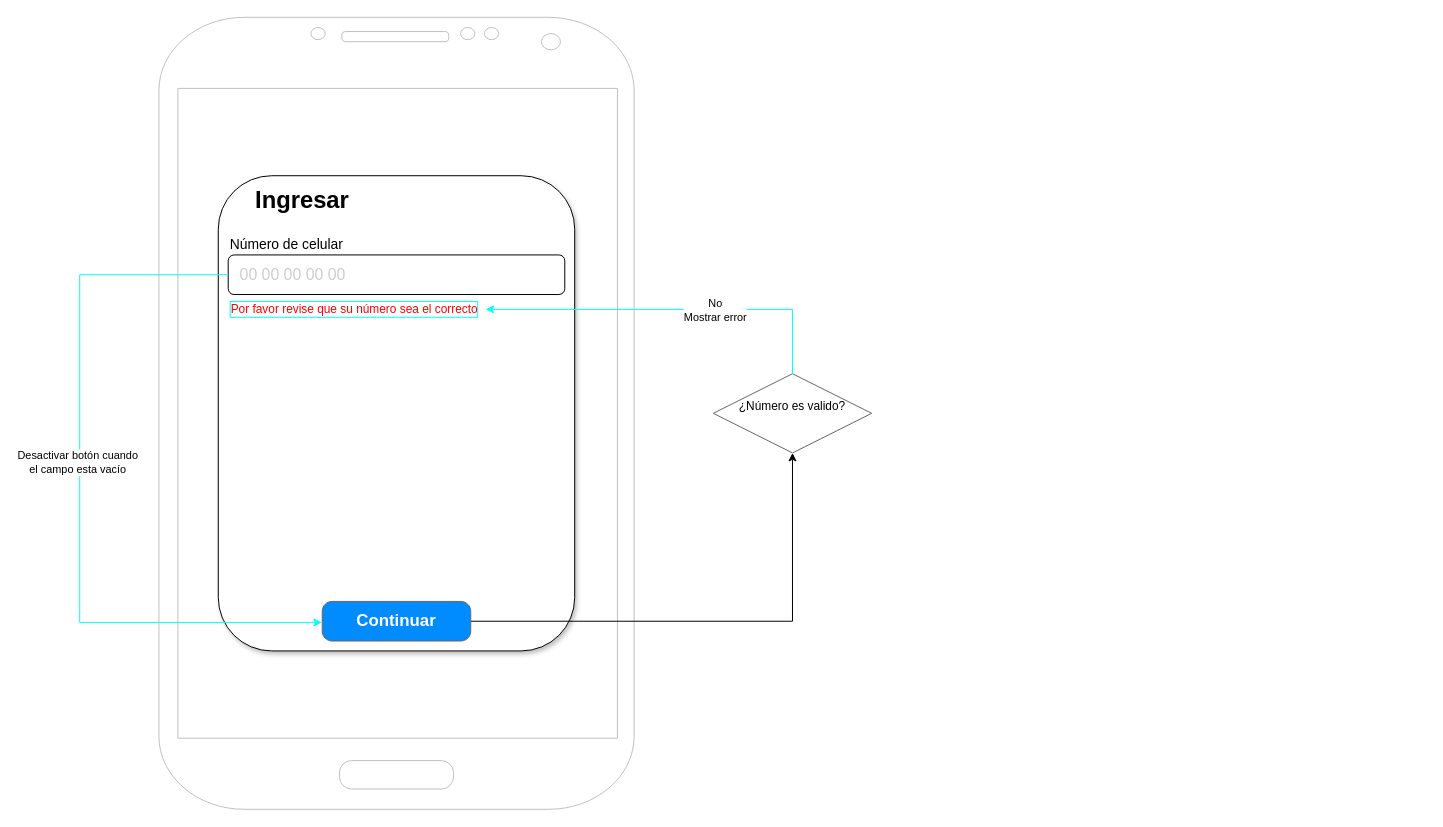
Above: draw.io/mockups/RegistroLogin.drawio in drakuno/diagramas-patitas (draw.io), before the change. Source tidied: cells renumbered, new cells numbered last; positions are measured from the earlier drawing's top-left corner, leaving out a move shared by most shapes. Both pictures are drawn from the tidied source at 99%, with x=0, y=0 at pixel (79, 17).
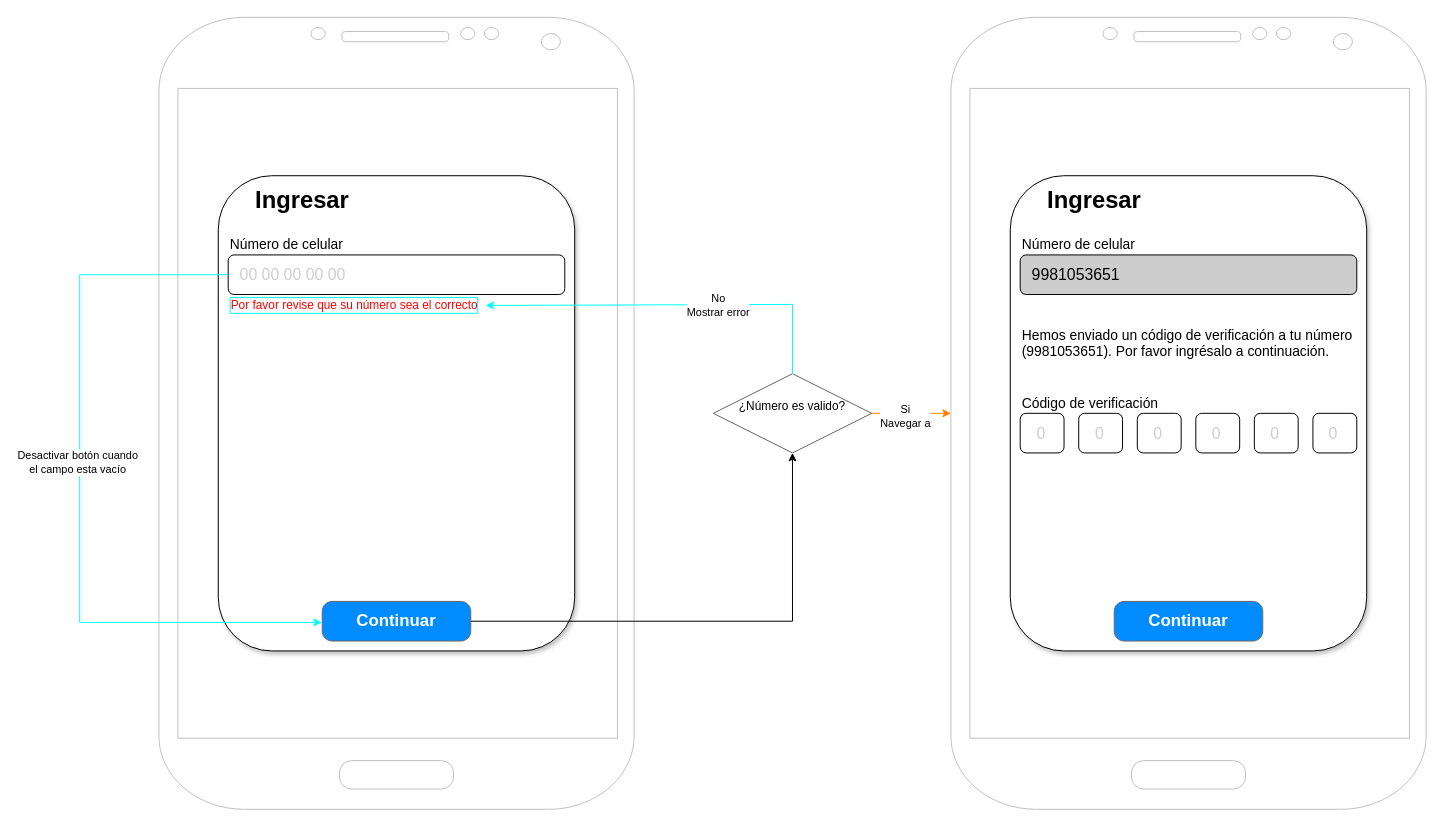
Above is the later version.

The change refers to these unchanged cells:
```xml
<mxCell id="10" value="&lt;div&gt;&lt;font&gt;&lt;span style=&quot;color: rgb(0, 0, 0);&quot;&gt;¿Número es valido?&lt;/span&gt;&lt;/font&gt;&lt;/div&gt;&lt;div&gt;&lt;font&gt;&lt;span style=&quot;color: rgba(0, 0, 0, 0);&quot;&gt;&lt;br&gt;&lt;/span&gt;&lt;/font&gt;&lt;/div&gt;" style="rhombus;whiteSpace=wrap;html=1;fontSize=12;fillColor=default;strokeColor=#666666;fontColor=#ffffff;strokeWidth=1;shadow=0;dashed=0;fontStyle=0;labelPosition=center;verticalLabelPosition=middle;align=center;verticalAlign=middle;" parent="1" vertex="1">
  <mxGeometry x="640" y="360" width="160" height="80" as="geometry" />
</mxCell>
```

The edit, as a diff of the source:
```diff
@@
-    <mxCell id="11" style="edgeStyle=orthogonalEdgeStyle;rounded=0;jettySize=auto;html=1;exitX=0.5;exitY=0;exitDx=0;exitDy=0;entryX=1;entryY=0.5;entryDx=0;entryDy=0;fontColor=#00FFFF;strokeColor=#00FFFF;" parent="1" edge="1" source="10" target="13">
+    <mxCell id="11" style="edgeStyle=orthogonalEdgeStyle;rounded=0;jettySize=auto;html=1;exitX=0.5;exitY=0;exitDx=0;exitDy=0;fontColor=#00FFFF;strokeColor=#00FFFF;entryX=1;entryY=0.5;entryDx=0;entryDy=0;" parent="1" edge="1" source="10" target="13">
       <mxGeometry relative="1" as="geometry">
         <Array as="points">
-          <mxPoint x="720" y="295" />
+          <mxPoint x="720" y="290" />
         </Array>
       </mxGeometry>
     </mxCell>
@@
     <mxCell id="13" value="Por favor revise que su número sea el correcto" style="text;html=1;align=left;verticalAlign=middle;whiteSpace=wrap;rounded=0;fontColor=#FF0000;labelBackgroundColor=none;labelBorderColor=#00FFFF;" parent="1" vertex="1">
-      <mxGeometry x="150" y="280" width="260" height="30" as="geometry" />
+      <mxGeometry x="150" y="276" width="260" height="30" as="geometry" />
     </mxCell>
@@
+    <mxCell id="16" style="verticalLabelPosition=bottom;verticalAlign=top;html=1;shadow=0;dashed=0;strokeWidth=1;shape=mxgraph.android.phone2;strokeColor=#c0c0c0;" parent="1" vertex="1">
+      <mxGeometry x="880" width="480" height="800" as="geometry" />
+    </mxCell>
+    <mxCell id="17" style="rounded=1;whiteSpace=wrap;html=1;textShadow=0;labelBorderColor=none;shadow=1;perimeterSpacing=0;glass=0;" parent="1" vertex="1">
+      <mxGeometry x="940" y="160" width="360" height="480" as="geometry" />
+    </mxCell>
+    <mxCell id="18" value="Ingresar" style="text;html=1;align=center;verticalAlign=middle;whiteSpace=wrap;rounded=0;fontStyle=1;fontSize=24;" parent="1" vertex="1">
+      <mxGeometry x="970" y="170" width="110" height="30" as="geometry" />
+    </mxCell>
+    <mxCell id="19" style="rounded=1;whiteSpace=wrap;html=1;fillColor=#CDCDCD;" parent="1" vertex="1">
+      <mxGeometry x="950" y="240" width="340" height="40" as="geometry" />
+    </mxCell>
+    <mxCell id="20" value="Número de celular" style="text;html=1;align=left;verticalAlign=middle;whiteSpace=wrap;rounded=0;fontSize=14;" parent="1" vertex="1">
+      <mxGeometry x="950" y="220" width="130" height="20" as="geometry" />
+    </mxCell>
+    <mxCell id="21" value="9981053651" style="text;html=1;align=left;verticalAlign=middle;whiteSpace=wrap;rounded=0;fontSize=16;fontColor=#000000;labelBackgroundColor=none;" parent="1" vertex="1">
+      <mxGeometry x="960" y="250" width="130" height="20" as="geometry" />
+    </mxCell>
+    <mxCell id="22" value="Continuar" style="strokeWidth=1;shadow=0;dashed=0;align=center;html=1;shape=mxgraph.mockup.buttons.button;strokeColor=#666666;fontColor=#ffffff;mainText=;buttonStyle=round;fontSize=17;fontStyle=1;fillColor=#008cff;whiteSpace=wrap;" parent="1" vertex="1">
+      <mxGeometry x="1045" y="590" width="150" height="40" as="geometry" />
+    </mxCell>
+    <mxCell id="23" style="edgeStyle=orthogonalEdgeStyle;rounded=0;jettySize=auto;html=1;entryX=0;entryY=0.5;entryDx=0;entryDy=0;entryPerimeter=0;strokeColor=#FF8000;" parent="1" edge="1" source="10" target="16">
+      <mxGeometry relative="1" as="geometry" />
+    </mxCell>
+    <mxCell id="24" value="&lt;div&gt;Si&lt;/div&gt;&lt;div&gt;Navegar a&lt;/div&gt;" style="edgeLabel;html=1;align=center;verticalAlign=middle;" parent="23" vertex="1">
+      <mxGeometry x="-0.17" y="-2" relative="1" as="geometry" />
+    </mxCell>
+    <mxCell id="25" value="Código de verificación" style="text;html=1;align=left;verticalAlign=middle;whiteSpace=wrap;rounded=0;fontSize=14;" parent="1" vertex="1">
+      <mxGeometry x="950" y="380" width="150" height="20" as="geometry" />
+    </mxCell>
+    <mxCell id="26" value="Hemos enviado un código de verificación a tu número (9981053651). Por favor ingrésalo a continuación." style="text;html=1;align=left;verticalAlign=top;whiteSpace=wrap;rounded=0;fontSize=14;" parent="1" vertex="1">
+      <mxGeometry x="950" y="306" width="340" height="64" as="geometry" />
+    </mxCell>
+    <mxCell id="27" style="group;fontSize=12;" parent="1" vertex="1">
+      <mxGeometry x="950" y="400" width="340" height="40" as="geometry" />
+    </mxCell>
+    <mxCell id="28" style="rounded=1;whiteSpace=wrap;html=1;" parent="27" vertex="1">
+      <mxGeometry width="44.3" height="40" as="geometry" />
+    </mxCell>
+    <mxCell id="29" value="0" style="text;html=1;align=left;verticalAlign=middle;whiteSpace=wrap;rounded=0;fontSize=16;fontColor=#CDCDCD;labelBackgroundColor=none;" parent="27" vertex="1">
+      <mxGeometry x="14.8" y="10" width="14.8" height="20" as="geometry" />
+    </mxCell>
+    <mxCell id="30" style="rounded=1;whiteSpace=wrap;html=1;" parent="27" vertex="1">
+      <mxGeometry x="59.1" width="44.3" height="40" as="geometry" />
+    </mxCell>
+    <mxCell id="31" value="0" style="text;html=1;align=left;verticalAlign=middle;whiteSpace=wrap;rounded=0;fontSize=16;fontColor=#CDCDCD;labelBackgroundColor=none;" parent="27" vertex="1">
+      <mxGeometry x="73.9" y="10" width="14.8" height="20" as="geometry" />
+    </mxCell>
+    <mxCell id="32" style="rounded=1;whiteSpace=wrap;html=1;" parent="27" vertex="1">
+      <mxGeometry x="118.3" width="44.3" height="40" as="geometry" />
+    </mxCell>
+    <mxCell id="33" value="0" style="text;html=1;align=left;verticalAlign=middle;whiteSpace=wrap;rounded=0;fontSize=16;fontColor=#CDCDCD;labelBackgroundColor=none;" parent="27" vertex="1">
+      <mxGeometry x="133" y="10" width="14.8" height="20" as="geometry" />
+    </mxCell>
+    <mxCell id="34" style="rounded=1;whiteSpace=wrap;html=1;" parent="27" vertex="1">
+      <mxGeometry x="177.4" width="44.3" height="40" as="geometry" />
+    </mxCell>
+    <mxCell id="35" value="0" style="text;html=1;align=left;verticalAlign=middle;whiteSpace=wrap;rounded=0;fontSize=16;fontColor=#CDCDCD;labelBackgroundColor=none;" parent="27" vertex="1">
+      <mxGeometry x="192.2" y="10" width="14.8" height="20" as="geometry" />
+    </mxCell>
+    <mxCell id="36" style="rounded=1;whiteSpace=wrap;html=1;" parent="27" vertex="1">
+      <mxGeometry x="236.5" width="44.3" height="40" as="geometry" />
+    </mxCell>
+    <mxCell id="37" value="0" style="text;html=1;align=left;verticalAlign=middle;whiteSpace=wrap;rounded=0;fontSize=16;fontColor=#CDCDCD;labelBackgroundColor=none;" parent="27" vertex="1">
+      <mxGeometry x="251.3" y="10" width="14.8" height="20" as="geometry" />
+    </mxCell>
+    <mxCell id="38" style="rounded=1;whiteSpace=wrap;html=1;" parent="27" vertex="1">
+      <mxGeometry x="295.7" width="44.3" height="40" as="geometry" />
+    </mxCell>
+    <mxCell id="39" value="0" style="text;html=1;align=left;verticalAlign=middle;whiteSpace=wrap;rounded=0;fontSize=16;fontColor=#CDCDCD;labelBackgroundColor=none;" parent="27" vertex="1">
+      <mxGeometry x="310.4" y="10" width="14.8" height="20" as="geometry" />
+    </mxCell>
```
